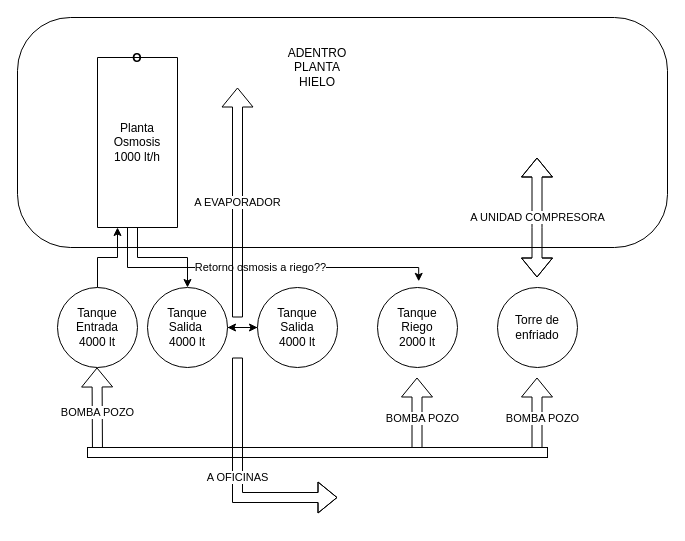
Earlier version of the draw.io diagram Untitled Diagram.drawio (atrambauer/diagrams). Source tidied: cells renumbered, new cells numbered last; positions are measured from the earlier drawing's top-left corner, leaving out a move shared by most shapes. Both pictures are drawn from the tidied source at 100%, with x=0, y=0 at pixel (17, 17).
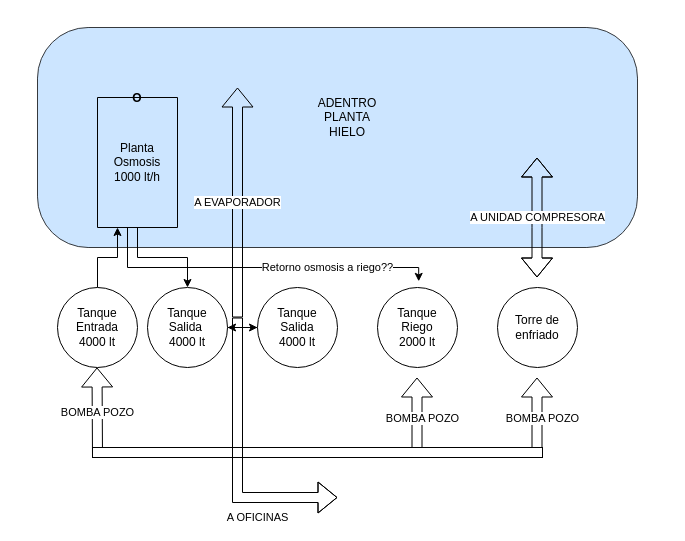
The same diagram, later.

Unchanged cells that the change refers to:
```xml
<mxCell id="12" value="Tanque&lt;div&gt;Riego&lt;br&gt;&lt;div&gt;2000 lt&lt;/div&gt;&lt;/div&gt;" style="ellipse;whiteSpace=wrap;html=1;" parent="1" vertex="1">
  <mxGeometry x="360" y="270" width="80" height="80" as="geometry" />
</mxCell>
```

The edit, as a diff of the source:
```diff
@@
-    <mxCell id="2" style="rounded=1;whiteSpace=wrap;html=1;arcSize=23;" parent="1" vertex="1">
-      <mxGeometry width="650" height="230" as="geometry" />
+    <mxCell id="2" style="rounded=1;whiteSpace=wrap;html=1;arcSize=23;fillColor=#cce5ff;strokeColor=#36393d;" parent="1" vertex="1">
+      <mxGeometry x="20" y="10" width="600" height="220" as="geometry" />
     </mxCell>
@@
     <mxCell id="10" value="O" style="swimlane;startSize=0;" parent="1" vertex="1">
-      <mxGeometry x="80" y="40" width="80" height="170" as="geometry" />
+      <mxGeometry x="80" y="80" width="80" height="130" as="geometry" />
     </mxCell>
     <mxCell id="11" value="Planta Osmosis 1000 lt/h" style="text;html=1;whiteSpace=wrap;strokeColor=none;fillColor=none;align=center;verticalAlign=middle;rounded=0;" parent="10" vertex="1">
-      <mxGeometry x="10" y="70" width="60" height="30" as="geometry" />
+      <mxGeometry x="10" y="50" width="60" height="30" as="geometry" />
     </mxCell>
@@
     <mxCell id="14" value="Retorno osmosis a riego??" style="edgeStyle=orthogonalEdgeStyle;rounded=0;jettySize=auto;html=1;entryX=0.515;entryY=-0.077;entryDx=0;entryDy=0;entryPerimeter=0;" parent="1" edge="1" source="10" target="12">
-      <mxGeometry relative="1" as="geometry">
+      <mxGeometry x="0.39" relative="1" as="geometry">
         <Array as="points">
           <mxPoint x="110" y="250" />
           <mxPoint x="401" y="250" />
         </Array>
       </mxGeometry>
     </mxCell>
@@
     <mxCell id="19" value="ADENTRO PLANTA HIELO" style="text;html=1;whiteSpace=wrap;strokeColor=none;fillColor=none;align=center;verticalAlign=middle;rounded=0;" parent="1" vertex="1">
-      <mxGeometry x="270" y="40" width="60" height="20" as="geometry" />
+      <mxGeometry x="300" y="90" width="60" height="20" as="geometry" />
     </mxCell>
@@
     <mxCell id="22" style="rounded=0;whiteSpace=wrap;html=1;" parent="1" vertex="1">
-      <mxGeometry x="70" y="430" width="460" height="10" as="geometry" />
+      <mxGeometry x="75" y="430" width="450" height="10" as="geometry" />
     </mxCell>
@@
     <mxCell id="24" value="A OFICINAS" style="shape=flexArrow;endArrow=classic;html=1;rounded=0;" parent="1" edge="1">
-      <mxGeometry relative="1" as="geometry">
-        <mxPoint x="220" y="340" as="sourcePoint" />
+      <mxGeometry x="0.43" y="-20" relative="1" as="geometry">
+        <mxPoint x="220" y="300" as="sourcePoint" />
         <mxPoint x="320" y="480" as="targetPoint" />
         <Array as="points">
           <mxPoint x="220" y="480" />
         </Array>
       </mxGeometry>
     </mxCell>
```
